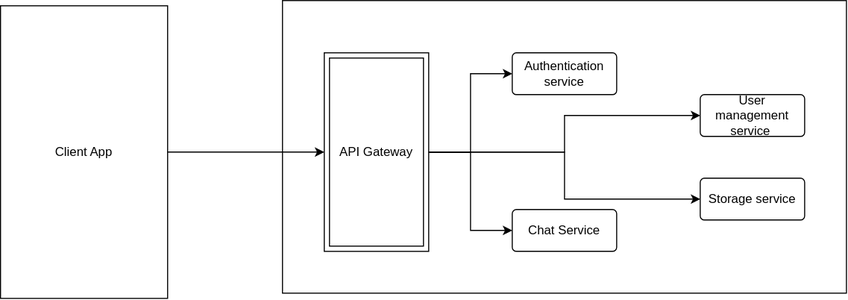
Above: Diagrams/Microservices/Microservices.svg in Vivrish/ment (draw.io), before the change. Source tidied: cells renumbered, new cells last; positions are measured from the earlier drawing's top-left corner, leaving out a move shared by most shapes.
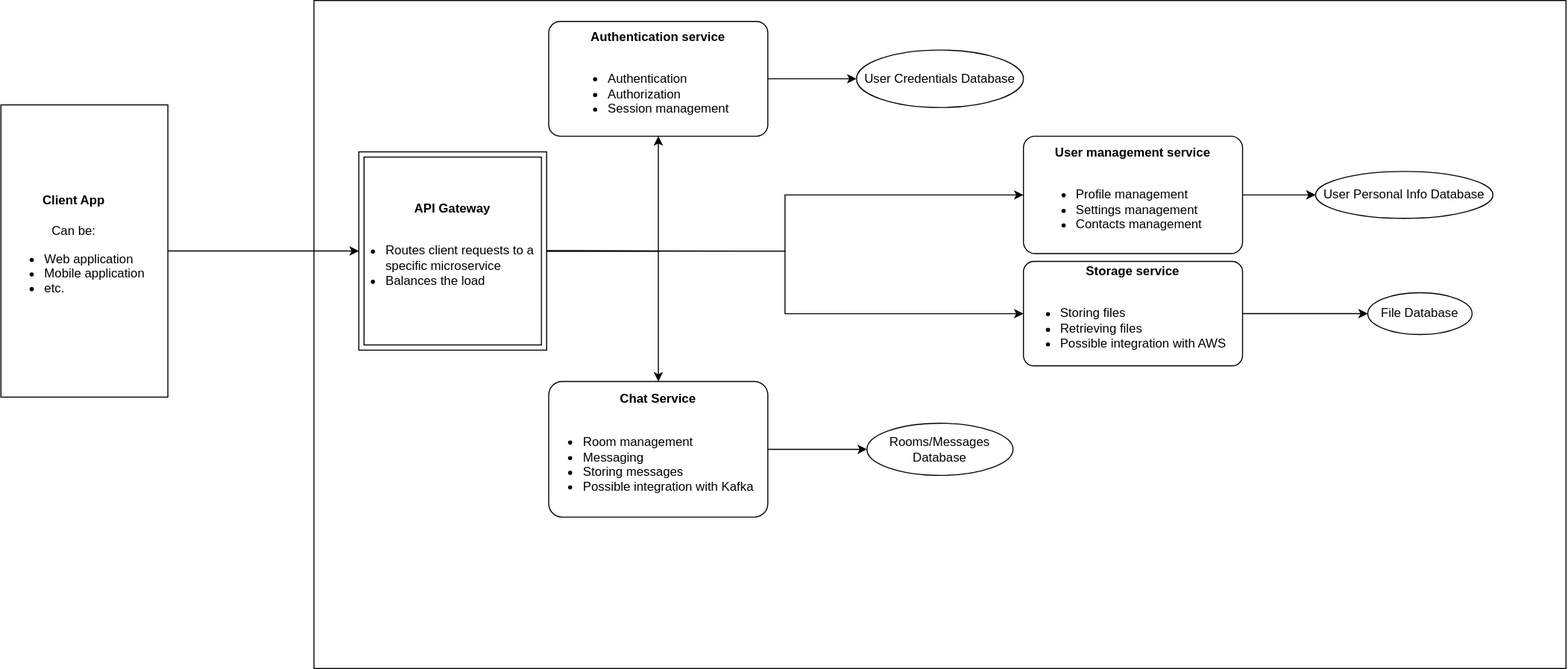
Above is the later version.

Commit message:
Provided description for services

Diff of the diagram source:
```diff
@@ -2,23 +2,35 @@
   <root>
     <mxCell id="0" />
     <mxCell id="1" parent="0" />
-    <mxCell id="2" value="Client App" style="whiteSpace=wrap;html=1;align=center;" parent="1" vertex="1">
-      <mxGeometry y="5" width="160" height="280" as="geometry" />
+    <mxCell id="2" value="&lt;div style=&quot;text-align: center;&quot;&gt;&lt;b&gt;Client App&lt;/b&gt;&lt;/div&gt;&lt;div style=&quot;text-align: center;&quot;&gt;&lt;br&gt;&lt;/div&gt;&lt;div style=&quot;text-align: center;&quot;&gt;Can be:&lt;/div&gt;&lt;div style=&quot;&quot;&gt;&lt;ul&gt;&lt;li&gt;Web application&amp;nbsp;&lt;/li&gt;&lt;li&gt;Mobile application&lt;/li&gt;&lt;li&gt;etc.&lt;/li&gt;&lt;/ul&gt;&lt;/div&gt;" style="whiteSpace=wrap;html=1;align=left;" parent="1" vertex="1">
+      <mxGeometry x="-30" y="-70" width="160" height="280" as="geometry" />
     </mxCell>
     <mxCell id="3" style="rounded=0;whiteSpace=wrap;html=1;" parent="1" vertex="1">
-      <mxGeometry x="270" width="540" height="280" as="geometry" />
+      <mxGeometry x="270" y="-170" width="1200" height="640" as="geometry" />
     </mxCell>
+    <mxCell id="14" style="edgeStyle=orthogonalEdgeStyle;rounded=0;jettySize=auto;html=1;exitX=1;exitY=0.5;exitDx=0;exitDy=0;entryX=0;entryY=0.5;entryDx=0;entryDy=0;" parent="1" edge="1" source="4" target="21">
+      <mxGeometry relative="1" as="geometry" />
+    </mxCell>
-    <mxCell id="4" value="Chat Service" style="rounded=1;arcSize=10;whiteSpace=wrap;html=1;align=center;" parent="1" vertex="1">
-      <mxGeometry x="490" y="200" width="100" height="40" as="geometry" />
+    <mxCell id="4" value="&lt;b&gt;Chat Service&lt;/b&gt;&lt;div&gt;&lt;b&gt;&lt;br&gt;&lt;/b&gt;&lt;/div&gt;&lt;div&gt;&lt;ul style=&quot;padding-left: 20px;&quot;&gt;&lt;li style=&quot;text-align: left;&quot;&gt;Room management&lt;/li&gt;&lt;li style=&quot;text-align: left;&quot;&gt;Messaging&amp;nbsp;&lt;/li&gt;&lt;li style=&quot;text-align: left;&quot;&gt;Storing messages&lt;/li&gt;&lt;li style=&quot;text-align: left;&quot;&gt;Possible integration with Kafka&lt;/li&gt;&lt;/ul&gt;&lt;/div&gt;" style="rounded=1;arcSize=10;whiteSpace=wrap;html=1;align=center;" parent="1" vertex="1">
+      <mxGeometry x="495" y="195" width="210" height="130" as="geometry" />
     </mxCell>
+    <mxCell id="15" style="edgeStyle=orthogonalEdgeStyle;rounded=0;jettySize=auto;html=1;exitX=1;exitY=0.5;exitDx=0;exitDy=0;" parent="1" edge="1" source="5" target="18">
+      <mxGeometry relative="1" as="geometry" />
+    </mxCell>
-    <mxCell id="5" value="Authentication service" style="rounded=1;arcSize=10;whiteSpace=wrap;html=1;align=center;" parent="1" vertex="1">
-      <mxGeometry x="490" y="50" width="100" height="40" as="geometry" />
+    <mxCell id="5" value="&lt;b&gt;Authentication service&lt;/b&gt;&lt;div&gt;&lt;b&gt;&lt;br&gt;&lt;/b&gt;&lt;/div&gt;&lt;div&gt;&lt;ul style=&quot;padding-left: 20px;&quot;&gt;&lt;li style=&quot;text-align: left;&quot;&gt;Authentication&lt;/li&gt;&lt;li style=&quot;text-align: left;&quot;&gt;Authorization&lt;/li&gt;&lt;li style=&quot;text-align: left;&quot;&gt;Session management&lt;/li&gt;&lt;/ul&gt;&lt;/div&gt;" style="rounded=1;arcSize=10;whiteSpace=wrap;html=1;align=center;" parent="1" vertex="1">
+      <mxGeometry x="495" y="-150" width="210" height="110" as="geometry" />
     </mxCell>
+    <mxCell id="16" style="edgeStyle=orthogonalEdgeStyle;rounded=0;jettySize=auto;html=1;exitX=1;exitY=0.5;exitDx=0;exitDy=0;entryX=0;entryY=0.5;entryDx=0;entryDy=0;" parent="1" edge="1" source="6" target="19">
+      <mxGeometry relative="1" as="geometry" />
+    </mxCell>
-    <mxCell id="6" value="User management service&amp;nbsp;" style="rounded=1;arcSize=10;whiteSpace=wrap;html=1;align=center;" parent="1" vertex="1">
-      <mxGeometry x="670" y="90" width="100" height="40" as="geometry" />
+    <mxCell id="6" value="&lt;b&gt;User management service&lt;/b&gt;&lt;div&gt;&lt;b&gt;&lt;br&gt;&lt;/b&gt;&lt;div&gt;&lt;ul style=&quot;padding-left: 20px;&quot;&gt;&lt;li style=&quot;text-align: left;&quot;&gt;Profile management&amp;nbsp;&lt;/li&gt;&lt;li style=&quot;text-align: left;&quot;&gt;Settings management&lt;/li&gt;&lt;li style=&quot;text-align: left;&quot;&gt;Contacts management&amp;nbsp;&lt;/li&gt;&lt;/ul&gt;&lt;/div&gt;&lt;/div&gt;" style="rounded=1;arcSize=10;whiteSpace=wrap;html=1;align=center;" parent="1" vertex="1">
+      <mxGeometry x="950" y="-40" width="210" height="112.5" as="geometry" />
     </mxCell>
+    <mxCell id="17" style="edgeStyle=orthogonalEdgeStyle;rounded=0;jettySize=auto;html=1;exitX=1;exitY=0.5;exitDx=0;exitDy=0;" parent="1" edge="1" source="7" target="20">
+      <mxGeometry relative="1" as="geometry" />
+    </mxCell>
-    <mxCell id="7" value="Storage service" style="rounded=1;arcSize=10;whiteSpace=wrap;html=1;align=center;" parent="1" vertex="1">
-      <mxGeometry x="670" y="170" width="100" height="40" as="geometry" />
+    <mxCell id="7" value="&lt;b&gt;Storage service&lt;/b&gt;&lt;div&gt;&lt;b&gt;&lt;br&gt;&lt;/b&gt;&lt;/div&gt;&lt;div&gt;&lt;ul style=&quot;padding-left: 20px;&quot;&gt;&lt;li style=&quot;text-align: left;&quot;&gt;Storing files&lt;/li&gt;&lt;li style=&quot;text-align: left;&quot;&gt;Retrieving files&lt;/li&gt;&lt;li style=&quot;text-align: left;&quot;&gt;Possible integration with AWS&lt;/li&gt;&lt;/ul&gt;&lt;/div&gt;" style="rounded=1;arcSize=10;whiteSpace=wrap;html=1;align=center;" parent="1" vertex="1">
+      <mxGeometry x="950" y="80" width="210" height="100" as="geometry" />
     </mxCell>
     <mxCell id="8" style="edgeStyle=orthogonalEdgeStyle;rounded=0;jettySize=auto;html=1;exitX=1;exitY=0.5;exitDx=0;exitDy=0;" parent="1" edge="1" source="12" target="5">
       <mxGeometry relative="1" as="geometry" />
@@ -32,11 +44,25 @@
     <mxCell id="11" style="edgeStyle=orthogonalEdgeStyle;rounded=0;jettySize=auto;html=1;exitX=1;exitY=0.5;exitDx=0;exitDy=0;" parent="1" edge="1" source="12" target="7">
       <mxGeometry relative="1" as="geometry" />
     </mxCell>
-    <mxCell id="12" value="API Gateway" style="shape=ext;margin=3;double=1;whiteSpace=wrap;html=1;align=center;" parent="1" vertex="1">
-      <mxGeometry x="310" y="50" width="100" height="190" as="geometry" />
+    <mxCell id="12" value="&lt;div style=&quot;&quot;&gt;&lt;b&gt;API Gateway&lt;/b&gt;&lt;/div&gt;&lt;div style=&quot;&quot;&gt;&lt;b&gt;&lt;br&gt;&lt;/b&gt;&lt;/div&gt;&lt;div style=&quot;&quot;&gt;&lt;ul style=&quot;padding-left: 20px;&quot;&gt;&lt;li style=&quot;text-align: left;&quot;&gt;Routes client requests to a specific microservice&lt;br&gt;&lt;/li&gt;&lt;li style=&quot;text-align: left;&quot;&gt;Balances the load&lt;/li&gt;&lt;/ul&gt;&lt;/div&gt;" style="shape=ext;margin=3;double=1;whiteSpace=wrap;html=1;align=center;" parent="1" vertex="1">
+      <mxGeometry x="313" y="-25" width="180" height="190" as="geometry" />
     </mxCell>
-    <mxCell id="13" style="edgeStyle=orthogonalEdgeStyle;rounded=0;jettySize=auto;html=1;exitX=1;exitY=0.5;exitDx=0;exitDy=0;entryX=0;entryY=0.5;entryDx=0;entryDy=0;" parent="1" edge="1" source="2" target="12">
-      <mxGeometry relative="1" as="geometry" />
-    </mxCell>
+    <object id="13" label="" placeholders="1">
+      <mxCell style="edgeStyle=orthogonalEdgeStyle;rounded=0;jettySize=auto;html=1;exitX=1;exitY=0.5;exitDx=0;exitDy=0;entryX=0;entryY=0.5;entryDx=0;entryDy=0;" parent="1" edge="1" source="2" target="12">
+        <mxGeometry relative="1" as="geometry" />
+      </mxCell>
+    </object>
+    <mxCell id="18" value="User Credentials Database" style="ellipse;whiteSpace=wrap;html=1;align=center;" parent="1" vertex="1">
+      <mxGeometry x="790" y="-122.5" width="160" height="55" as="geometry" />
+    </mxCell>
+    <mxCell id="19" value="User Personal Info Database" style="ellipse;whiteSpace=wrap;html=1;align=center;" parent="1" vertex="1">
+      <mxGeometry x="1230" y="-6.2" width="170" height="45" as="geometry" />
+    </mxCell>
+    <mxCell id="20" value="File Database" style="ellipse;whiteSpace=wrap;html=1;align=center;" parent="1" vertex="1">
+      <mxGeometry x="1280" y="110" width="100" height="40" as="geometry" />
+    </mxCell>
+    <mxCell id="21" value="Rooms/Messages Database" style="ellipse;whiteSpace=wrap;html=1;align=center;" parent="1" vertex="1">
+      <mxGeometry x="800" y="235" width="140" height="50" as="geometry" />
+    </mxCell>
   </root>
 </mxGraphModel>
```
